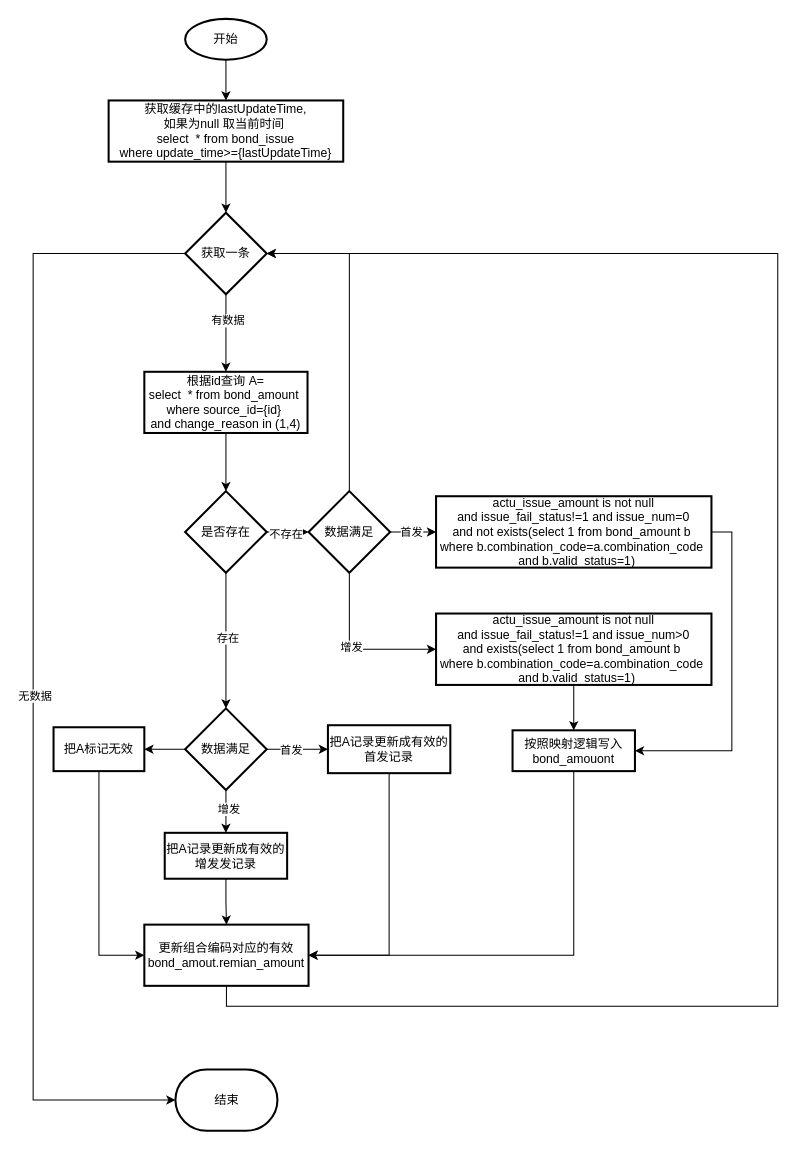
Before: bondAmount首发流程.drawio in xbluckly/test, a draw.io diagram. Source tidied: cells renumbered, new cells numbered last; positions are measured from the earlier drawing's top-left corner, leaving out a move shared by most shapes. Both pictures are drawn from the tidied source at 102%, with x=0, y=0 at pixel (33, 18).
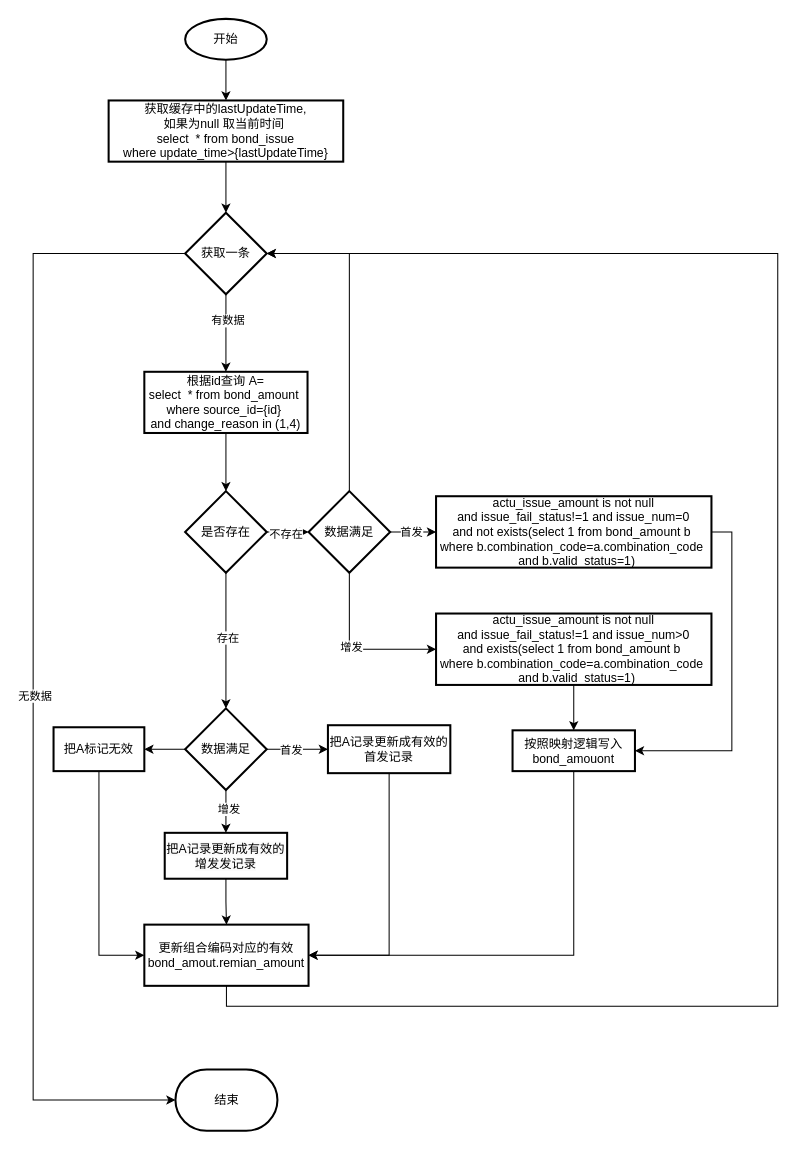
The same diagram, later.

Commit message:
更新bondAmount首发流程.drawio

Diff of the diagram source:
```diff
@@
-    <mxCell id="5" value="获取缓存中的lastUpdateTime,&lt;br&gt;如果为null 取当前时间&amp;nbsp;&lt;br&gt;&lt;span style=&quot;background-color: transparent;&quot;&gt;select&amp;nbsp; * from bond_issue&lt;/span&gt;&lt;div&gt;where update_time&amp;gt;={lastUpdateTime}&lt;/div&gt;" style="whiteSpace=wrap;html=1;strokeWidth=2;" parent="1" vertex="1">
+    <mxCell id="5" value="获取缓存中的lastUpdateTime,&lt;br&gt;如果为null 取当前时间&amp;nbsp;&lt;br&gt;&lt;span style=&quot;background-color: transparent;&quot;&gt;select&amp;nbsp; * from bond_issue&lt;/span&gt;&lt;div&gt;where update_time&amp;gt;{lastUpdateTime}&lt;/div&gt;" style="whiteSpace=wrap;html=1;strokeWidth=2;" parent="1" vertex="1">
       <mxGeometry x="74" y="80" width="230" height="60" as="geometry" />
     </mxCell>
```
